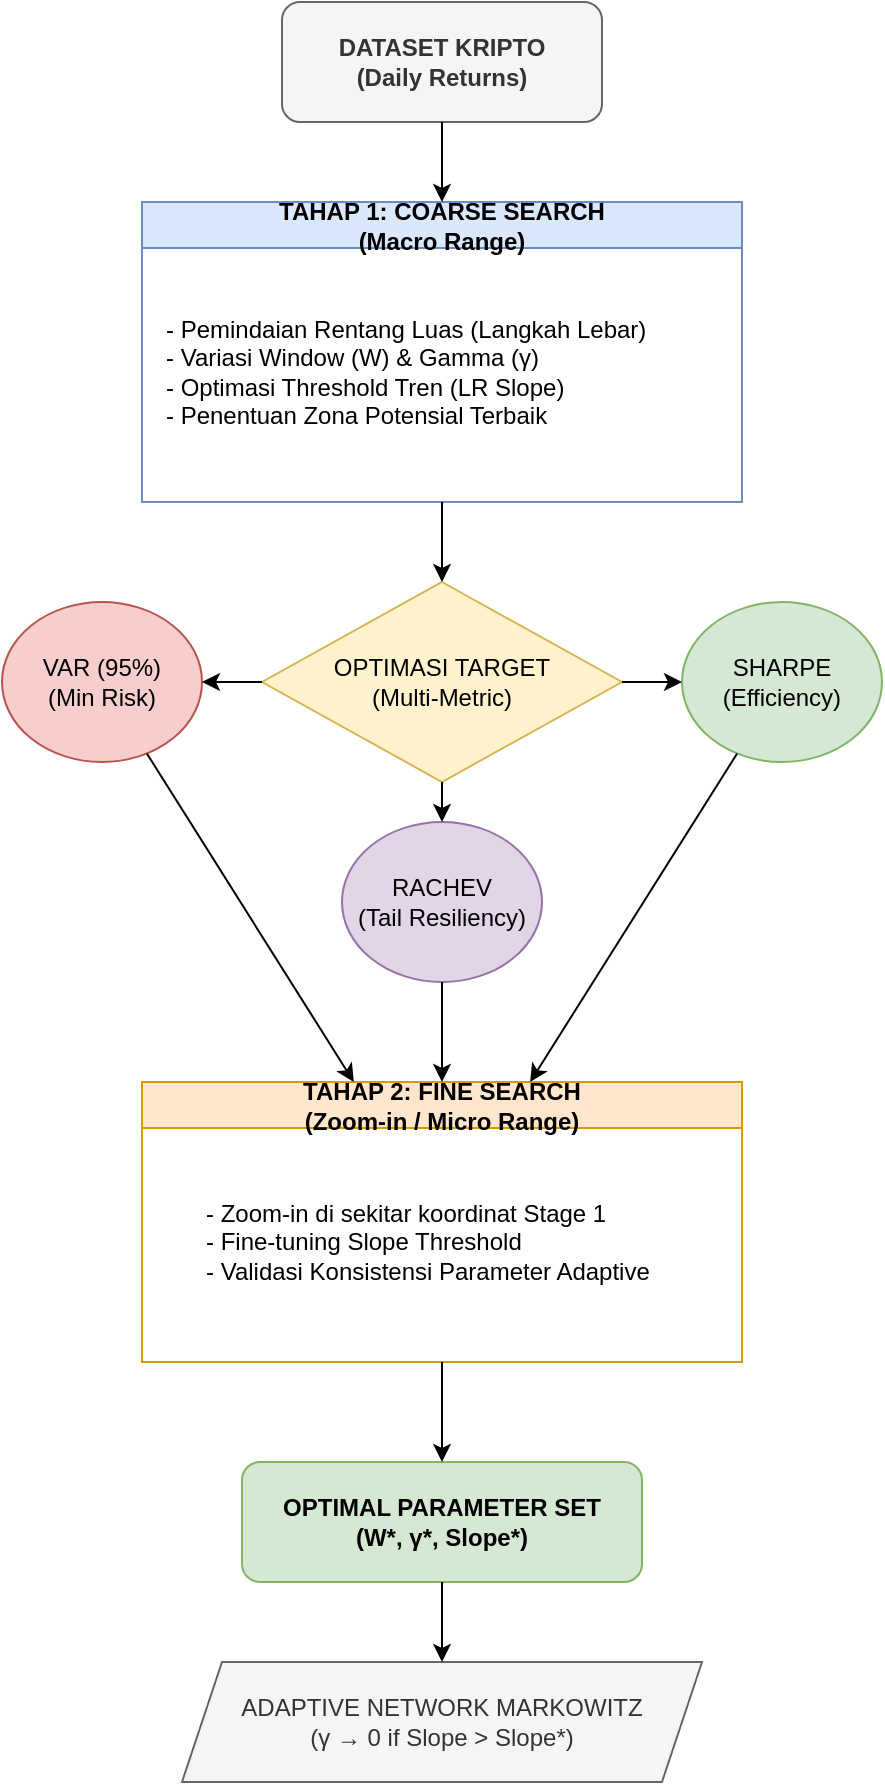
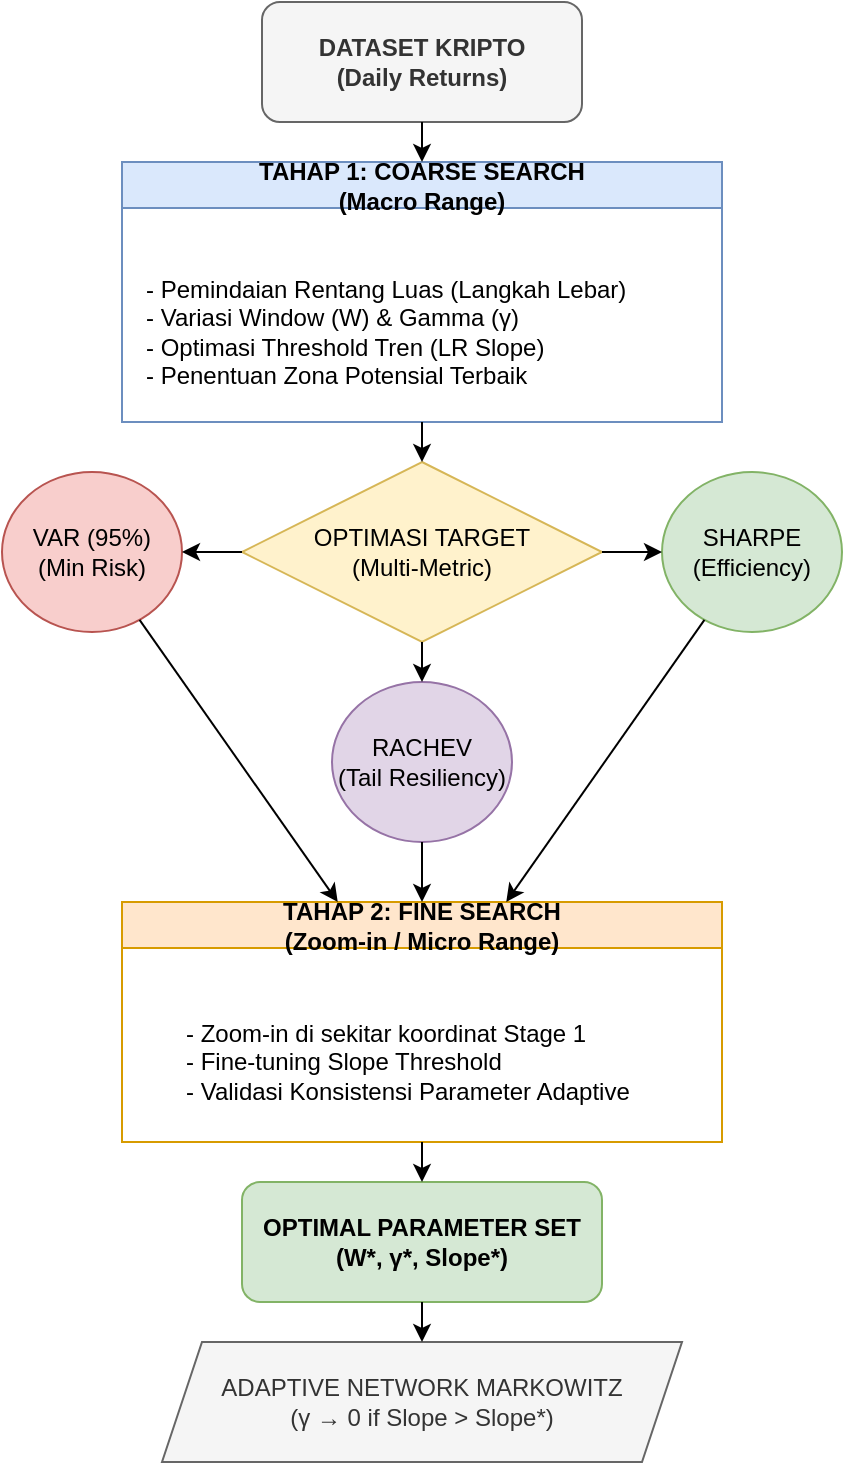
<mxfile host="app.diagrams.net" modified="2024-04-12T12:00:00.000Z" agent="Antigravity-AI" version="21.0.0">
  <diagram id="methodology-flow" name="Proposed Method: 2-Stage GS">
    <mxGraphModel dx="1422" dy="798" grid="1" gridSize="10" guides="1" tooltips="1" connect="1" arrows="1" fold="1" page="1" pageScale="1" pageWidth="827" pageHeight="1169" math="0" shadow="0">
      <root>
        <mxCell id="0" />
        <mxCell id="1" parent="0" />

        <!-- Input Layer -->
        <mxCell id="start" value="DATASET KRIPTO&lt;br&gt;(Daily Returns)" style="rounded=1;whiteSpace=wrap;html=1;fillColor=#f5f5f5;fontColor=#333333;strokeColor=#666666;fontStyle=1" vertex="1" parent="1">
-           <mxGeometry x="320" y="40" width="160" height="60" as="geometry" />
+           <mxGeometry x="320" y="20" width="160" height="60" as="geometry" />
        </mxCell>

        <!-- Stage 1 Layer -->
        <mxCell id="stage1" value="TAHAP 1: COARSE SEARCH&lt;br&gt;(Macro Range)" style="swimlane;whiteSpace=wrap;html=1;fillColor=#dae8fc;strokeColor=#6c8ebf;" vertex="1" parent="1">
-           <mxGeometry x="250" y="140" width="300" height="150" as="geometry" />
+           <mxGeometry x="250" y="100" width="300" height="130" as="geometry" />
        </mxCell>
        <mxCell id="s1_detail" value="- Pemindaian Rentang Luas (Langkah Lebar)&lt;br&gt;- Variasi Window (W) &amp;amp; Gamma (γ)&lt;br&gt;- Optimasi Threshold Tren (LR Slope)&lt;br&gt;- Penentuan Zona Potensial Terbaik" style="text;html=1;align=left;verticalAlign=middle;resizable=0;points=[];autosize=1;strokeColor=none;fillColor=none;" vertex="1" parent="stage1">
          <mxGeometry x="10" y="40" width="280" height="90" as="geometry" />
        </mxCell>

        <!-- Objective Selection -->
        <mxCell id="decision" value="OPTIMASI TARGET&lt;br&gt;(Multi-Metric)" style="rhombus;whiteSpace=wrap;html=1;fillColor=#fff2cc;strokeColor=#d6b656;" vertex="1" parent="1">
-           <mxGeometry x="310" y="330" width="180" height="100" as="geometry" />
+           <mxGeometry x="310" y="250" width="180" height="90" as="geometry" />
        </mxCell>
        <mxCell id="var" value="VAR (95%)&lt;br&gt;(Min Risk)" style="ellipse;whiteSpace=wrap;html=1;fillColor=#f8cecc;strokeColor=#b85450;" vertex="1" parent="1">
-           <mxGeometry x="180" y="340" width="100" height="80" as="geometry" />
+           <mxGeometry x="190" y="255" width="90" height="80" as="geometry" />
        </mxCell>
        <mxCell id="sharpe" value="SHARPE&lt;br&gt;(Efficiency)" style="ellipse;whiteSpace=wrap;html=1;fillColor=#d5e8d4;strokeColor=#82b366;" vertex="1" parent="1">
-           <mxGeometry x="520" y="340" width="100" height="80" as="geometry" />
+           <mxGeometry x="520" y="255" width="90" height="80" as="geometry" />
        </mxCell>
        <mxCell id="rachev" value="RACHEV&lt;br&gt;(Tail Resiliency)" style="ellipse;whiteSpace=wrap;html=1;fillColor=#e1d5e7;strokeColor=#9673a6;" vertex="1" parent="1">
-           <mxGeometry x="350" y="450" width="100" height="80" as="geometry" />
+           <mxGeometry x="355" y="360" width="90" height="80" as="geometry" />
        </mxCell>

        <!-- Stage 2 Layer -->
        <mxCell id="stage2" value="TAHAP 2: FINE SEARCH&lt;br&gt;(Zoom-in / Micro Range)" style="swimlane;whiteSpace=wrap;html=1;fillColor=#ffe6cc;strokeColor=#d79b00;" vertex="1" parent="1">
-           <mxGeometry x="250" y="580" width="300" height="140" as="geometry" />
+           <mxGeometry x="250" y="470" width="300" height="120" as="geometry" />
        </mxCell>
        <mxCell id="s2_detail" value="- Zoom-in di sekitar koordinat Stage 1&lt;br&gt;- Fine-tuning Slope Threshold&lt;br&gt;- Validasi Konsistensi Parameter Adaptive" style="text;html=1;align=left;verticalAlign=middle;resizable=0;points=[];autosize=1;strokeColor=none;fillColor=none;" vertex="1" parent="stage2">
          <mxGeometry x="30" y="40" width="240" height="80" as="geometry" />
        </mxCell>

        <!-- Final Layer -->
        <mxCell id="output" value="OPTIMAL PARAMETER SET&lt;br&gt;(W*, γ*, Slope*)" style="rounded=1;whiteSpace=wrap;html=1;fillColor=#d5e8d4;strokeColor=#82b366;fontStyle=1" vertex="1" parent="1">
-           <mxGeometry x="300" y="770" width="200" height="60" as="geometry" />
+           <mxGeometry x="310" y="610" width="180" height="60" as="geometry" />
        </mxCell>
        <mxCell id="portfolio" value="ADAPTIVE NETWORK MARKOWITZ&lt;br&gt;(γ → 0 if Slope &gt; Slope*)" style="shape=parallelogram;perimeter=parallelogramPerimeter;whiteSpace=wrap;html=1;fixedSize=1;fillColor=#f5f5f5;fontColor=#333333;strokeColor=#666666;" vertex="1" parent="1">
-           <mxGeometry x="270" y="870" width="260" height="60" as="geometry" />
+           <mxGeometry x="270" y="690" width="260" height="60" as="geometry" />
        </mxCell>

        <!-- Connections -->
        <mxCell id="c1" edge="1" parent="1" source="start" target="stage1">
          <mxGeometry relative="1" as="geometry" />
        </mxCell>
        <mxCell id="c2" edge="1" parent="1" source="stage1" target="decision">
          <mxGeometry relative="1" as="geometry" />
        </mxCell>
        <mxCell id="c3" edge="1" parent="1" source="decision" target="var">
          <mxGeometry relative="1" as="geometry" />
        </mxCell>
        <mxCell id="c4" edge="1" parent="1" source="decision" target="sharpe">
          <mxGeometry relative="1" as="geometry" />
        </mxCell>
        <mxCell id="c5" edge="1" parent="1" source="decision" target="rachev">
          <mxGeometry relative="1" as="geometry" />
        </mxCell>
        <mxCell id="c6" edge="1" parent="1" source="var" target="stage2">
          <mxGeometry relative="1" as="geometry"><mxPoint x="230" y="500" as="targetPoint" /></mxGeometry>
        </mxCell>
        <mxCell id="c7" edge="1" parent="1" source="sharpe" target="stage2">
          <mxGeometry relative="1" as="geometry"><mxPoint x="570" y="500" as="targetPoint" /></mxGeometry>
        </mxCell>
        <mxCell id="c8" edge="1" parent="1" source="rachev" target="stage2">
          <mxGeometry relative="1" as="geometry" />
        </mxCell>
        <mxCell id="c9" edge="1" parent="1" source="stage2" target="output">
          <mxGeometry relative="1" as="geometry" />
        </mxCell>
        <mxCell id="c10" edge="1" parent="1" source="output" target="portfolio">
          <mxGeometry relative="1" as="geometry" />
        </mxCell>

      </root>
    </mxGraphModel>
  </diagram>
</mxfile>
